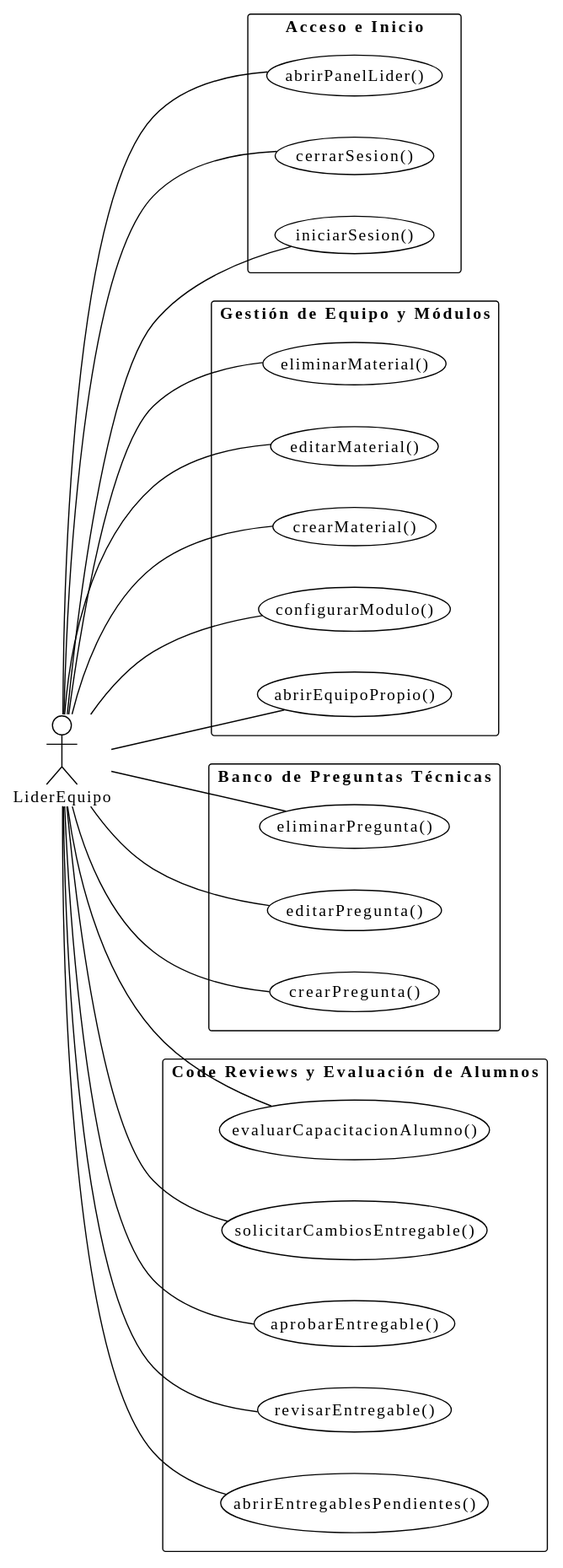
This is images/RUP/01-requisitos/01-actores-casos-uso/actoresCasosUsoLiderEquipo.svg from TheMoys/CTS-Academy, a PlantUML export, as it was before one commit.
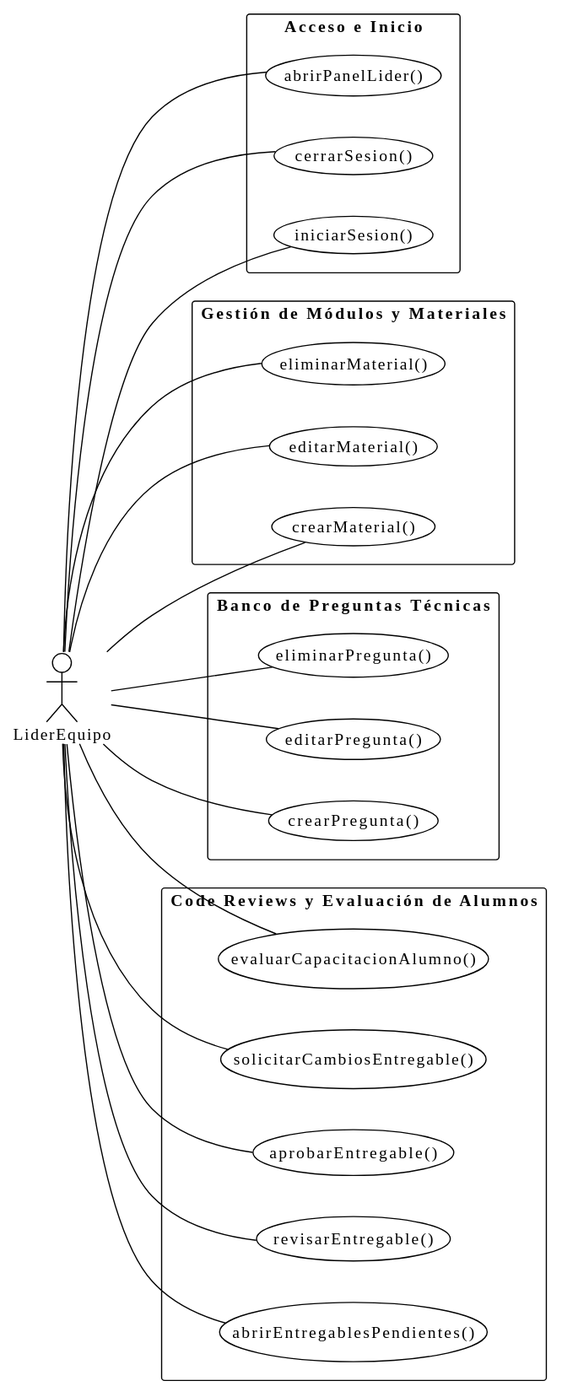
Above is the later version.

Diff of the diagram source:
```diff
@@ -11,9 +11,7 @@
   usecase abrirPanelLider as "abrirPanelLider()"
 }
 
-package "Gestión de Equipo y Módulos" {
-  usecase abrirEquipoPropio as "abrirEquipoPropio()"
-  usecase configurarModulo as "configurarModulo()"
+package "Gestión de Módulos y Materiales" {
   usecase crearMaterial as "crearMaterial()"
   usecase editarMaterial as "editarMaterial()"
   usecase eliminarMaterial as "eliminarMaterial()"
@@ -33,13 +31,10 @@
   usecase evaluarCapacitacionAlumno as "evaluarCapacitacionAlumno()"
 }
 
-
 LiderEquipo -- iniciarSesion
 LiderEquipo -- cerrarSesion
 LiderEquipo -- abrirPanelLider
 
-LiderEquipo -- abrirEquipoPropio
-LiderEquipo -- configurarModulo
 LiderEquipo -- crearMaterial
 LiderEquipo -- editarMaterial
 LiderEquipo -- eliminarMaterial
```
